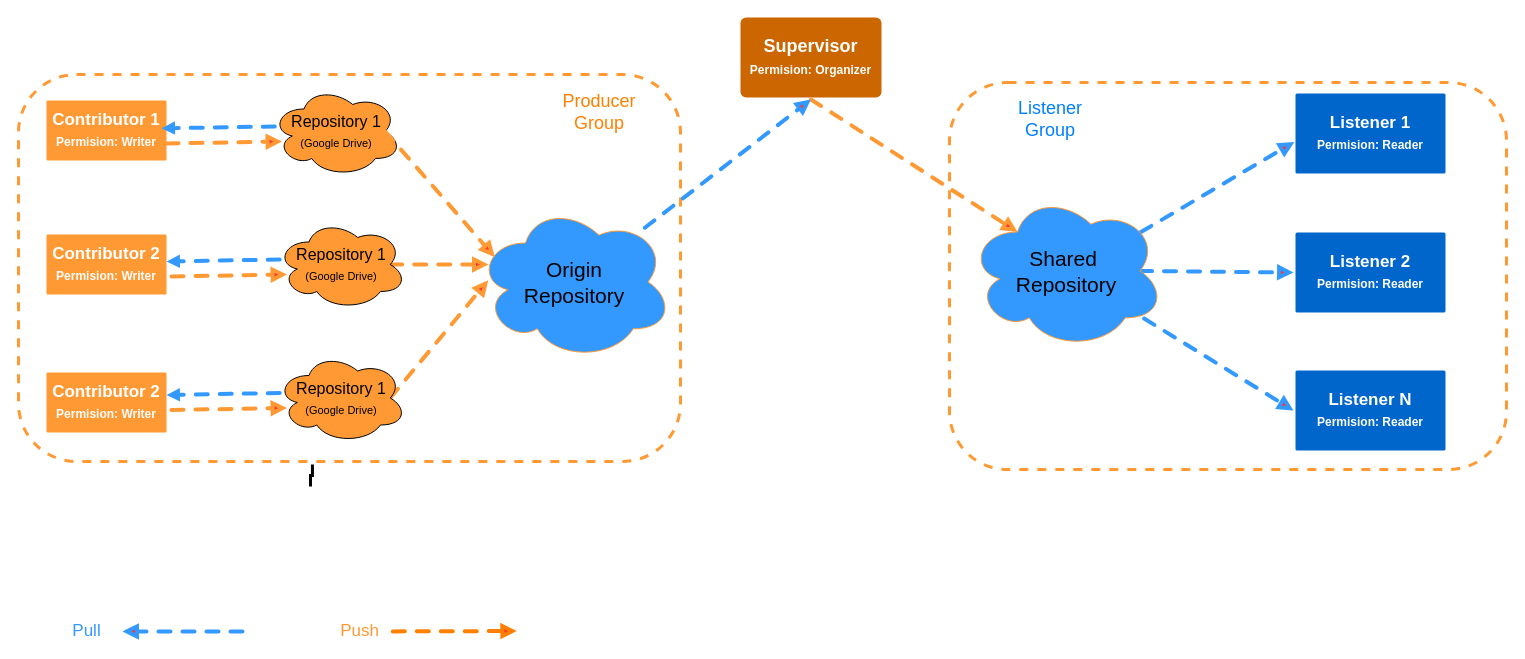
The draw.io diagram Writerside/resources/Cloud_Flow_3.drawio in gridxdev/bluegrid-docs, before the edit. Source tidied: cells renumbered, new cells numbered last; positions are measured from the earlier drawing's top-left corner, leaving out a move shared by most shapes. Both pictures are drawn from the tidied source at 100%, with x=0, y=0 at pixel (18, 17).
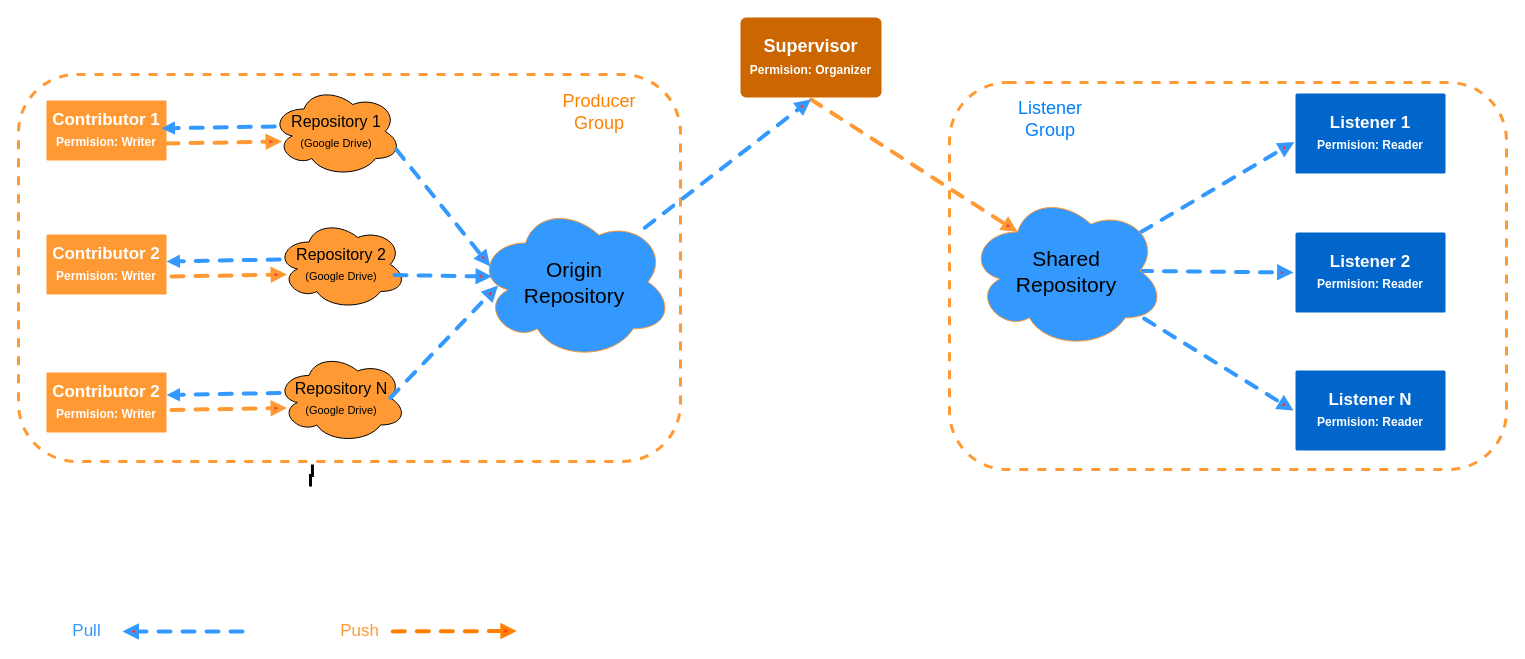
The same page after the edit.

Commit message:
Update cloud flows

The change refers to these unchanged cells:
```xml
<mxCell id="12" value="Repository 1&lt;div style=&quot;&quot;&gt;&lt;font style=&quot;font-size: 11px;&quot;&gt;(Google Drive)&lt;/font&gt;&lt;/div&gt;" style="ellipse;shape=cloud;whiteSpace=wrap;html=1;fillColor=#FF9933;fontSize=16;" parent="1" vertex="1">
  <mxGeometry x="253" y="69" width="130" height="90" as="geometry" />
</mxCell>
<mxCell id="16" value="&lt;div&gt;Origin&lt;div style=&quot;font-size: 21px;&quot;&gt;Repository&lt;/div&gt;&lt;/div&gt;" style="ellipse;shape=cloud;whiteSpace=wrap;html=1;strokeColor=#FF9933;fontSize=21;fontStyle=0;fillColor=#3399FF;" parent="1" vertex="1">
  <mxGeometry x="458" y="186.5" width="196" height="156" as="geometry" />
</mxCell>
```

Diff of the diagram source:
```diff
@@
+    <mxCell id="33" style="rounded=1;whiteSpace=wrap;html=1;fillColor=none;strokeColor=#FF9933;dashed=1;strokeWidth=3;" parent="1" vertex="1">
+      <mxGeometry x="931" y="65" width="557" height="387" as="geometry" />
+    </mxCell>
@@
-    <mxCell id="23" style="endArrow=block;html=1;rounded=0;dashed=1;strokeWidth=4;flowAnimation=1;startFillColor=#3333FF;endFillColor=#FF3333;endFill=1;shadow=0;fixDash=0;fillColor=#d80073;strokeColor=#FF9933;anchorPointDirection=0;linecap=round;exitX=0.875;exitY=0.5;exitDx=0;exitDy=0;exitPerimeter=0;entryX=0.093;entryY=0.34;entryDx=0;entryDy=0;entryPerimeter=0;" parent="1" edge="1" source="12" target="16">
-      <mxGeometry relative="1" as="geometry" />
-    </mxCell>
-    <mxCell id="24" style="endArrow=block;html=1;rounded=0;dashed=1;strokeWidth=4;flowAnimation=1;startFillColor=#3333FF;endFillColor=#FF3333;endFill=1;shadow=0;fixDash=0;fillColor=#d80073;strokeColor=#FF9933;anchorPointDirection=0;linecap=round;exitX=0.875;exitY=0.5;exitDx=0;exitDy=0;exitPerimeter=0;" parent="1" edge="1" source="28">
-      <mxGeometry relative="1" as="geometry">
-        <mxPoint x="470" y="247" as="targetPoint" />
-      </mxGeometry>
-    </mxCell>
-    <mxCell id="25" style="endArrow=block;html=1;rounded=0;dashed=1;strokeWidth=4;flowAnimation=1;startFillColor=#3333FF;endFillColor=#FF3333;endFill=1;shadow=0;fixDash=0;fillColor=#d80073;strokeColor=#FF9933;anchorPointDirection=0;linecap=round;exitX=0.875;exitY=0.5;exitDx=0;exitDy=0;exitPerimeter=0;entryX=0.06;entryY=0.489;entryDx=0;entryDy=0;entryPerimeter=0;" parent="1" edge="1" source="31" target="16">
-      <mxGeometry relative="1" as="geometry" />
-    </mxCell>
@@
-    <mxCell id="28" value="Repository 1&lt;div style=&quot;&quot;&gt;&lt;font style=&quot;font-size: 11px;&quot;&gt;(Google Drive)&lt;/font&gt;&lt;/div&gt;" style="ellipse;shape=cloud;whiteSpace=wrap;html=1;fillColor=#FF9933;fontSize=16;" parent="1" vertex="1">
+    <mxCell id="28" value="Repository 2&lt;div style=&quot;&quot;&gt;&lt;font style=&quot;font-size: 11px;&quot;&gt;(Google Drive)&lt;/font&gt;&lt;/div&gt;" style="ellipse;shape=cloud;whiteSpace=wrap;html=1;fillColor=#FF9933;fontSize=16;" parent="1" vertex="1">
       <mxGeometry x="258" y="202" width="130" height="90" as="geometry" />
     </mxCell>
@@
-    <mxCell id="31" value="Repository 1&lt;div style=&quot;&quot;&gt;&lt;font style=&quot;font-size: 11px;&quot;&gt;(Google Drive)&lt;/font&gt;&lt;/div&gt;" style="ellipse;shape=cloud;whiteSpace=wrap;html=1;fillColor=#FF9933;fontSize=16;" parent="1" vertex="1">
+    <mxCell id="31" value="Repository N&lt;div style=&quot;&quot;&gt;&lt;font style=&quot;font-size: 11px;&quot;&gt;(Google Drive)&lt;/font&gt;&lt;/div&gt;" style="ellipse;shape=cloud;whiteSpace=wrap;html=1;fillColor=#FF9933;fontSize=16;" parent="1" vertex="1">
       <mxGeometry x="258" y="335.5" width="130" height="90" as="geometry" />
     </mxCell>
-    <mxCell id="32" value="&lt;div style=&quot;font-size: 21px;&quot;&gt;Shared&amp;nbsp;&lt;/div&gt;&lt;div style=&quot;font-size: 21px;&quot;&gt;Repository&lt;/div&gt;" style="ellipse;shape=cloud;whiteSpace=wrap;html=1;strokeColor=#FF9933;fontSize=21;fontStyle=0;fillColor=#3399FF;" parent="1" vertex="1">
+    <mxCell id="32" value="&lt;div style=&quot;font-size: 21px;&quot;&gt;Shared&lt;/div&gt;&lt;div style=&quot;font-size: 21px;&quot;&gt;Repository&lt;/div&gt;" style="ellipse;shape=cloud;whiteSpace=wrap;html=1;strokeColor=#FF9933;fontSize=21;fontStyle=0;fillColor=#3399FF;" parent="1" vertex="1">
       <mxGeometry x="950" y="175.5" width="196" height="156" as="geometry" />
     </mxCell>
-    <mxCell id="33" style="rounded=1;whiteSpace=wrap;html=1;fillColor=none;strokeColor=#FF9933;dashed=1;strokeWidth=3;" parent="1" vertex="1">
-      <mxGeometry x="931" y="65" width="557" height="387" as="geometry" />
-    </mxCell>
@@
+    <mxCell id="23" style="endArrow=block;html=1;rounded=0;dashed=1;strokeWidth=4;flowAnimation=1;startFillColor=#3333FF;endFillColor=#FF3333;endFill=1;shadow=0;fixDash=0;fillColor=#d80073;strokeColor=#3399FF;anchorPointDirection=0;linecap=round;exitX=0.96;exitY=0.7;exitDx=0;exitDy=0;exitPerimeter=0;entryX=0.07;entryY=0.4;entryDx=0;entryDy=0;entryPerimeter=0;" parent="1" edge="1" source="12" target="16">
+      <mxGeometry relative="1" as="geometry" />
+    </mxCell>
+    <mxCell id="37" style="endArrow=block;html=1;rounded=0;dashed=1;strokeWidth=4;flowAnimation=1;startFillColor=#3333FF;endFillColor=#FF3333;endFill=1;shadow=0;fixDash=0;fillColor=#d80073;strokeColor=#3399FF;anchorPointDirection=0;linecap=round;exitX=0.908;exitY=0.617;exitDx=0;exitDy=0;exitPerimeter=0;entryX=0.079;entryY=0.465;entryDx=0;entryDy=0;entryPerimeter=0;" parent="1" edge="1" source="28" target="16">
+      <mxGeometry relative="1" as="geometry" />
+    </mxCell>
+    <mxCell id="25" style="endArrow=block;html=1;rounded=0;dashed=1;strokeWidth=4;flowAnimation=1;startFillColor=#3333FF;endFillColor=#FF3333;endFill=1;shadow=0;fixDash=0;fillColor=#d80073;strokeColor=#3399FF;anchorPointDirection=0;linecap=round;exitX=0.875;exitY=0.5;exitDx=0;exitDy=0;exitPerimeter=0;entryX=0.11;entryY=0.522;entryDx=0;entryDy=0;entryPerimeter=0;" parent="1" edge="1" source="31" target="16">
+      <mxGeometry relative="1" as="geometry" />
+    </mxCell>
```
